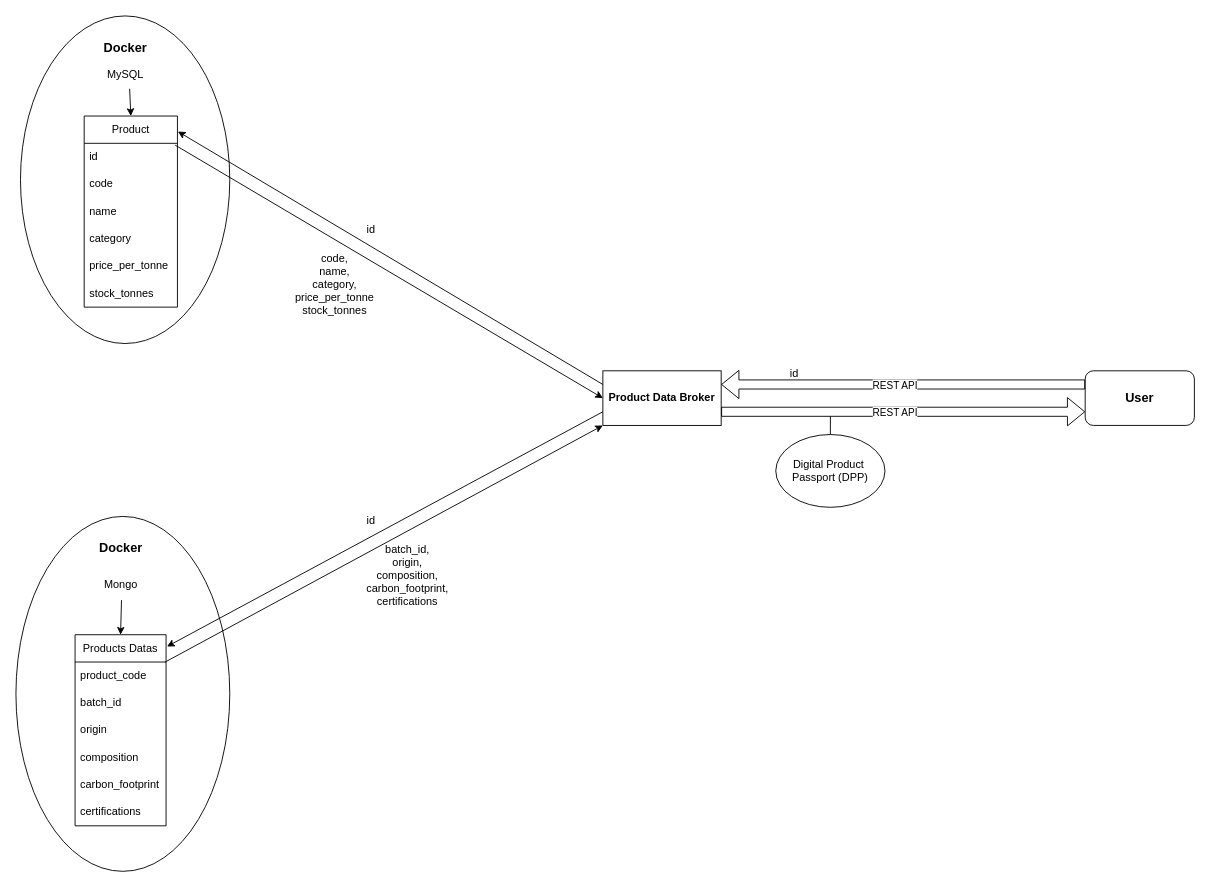
The draw.io diagram docs/object_graph.drawio in erwanponcin/Product-Data-Broker, before the edit. Source tidied: cells renumbered, new cells numbered last; positions are measured from the earlier drawing's top-left corner, leaving out a move shared by most shapes. Both pictures are drawn from the tidied source at 91%, with x=0, y=0 at pixel (15, 15).
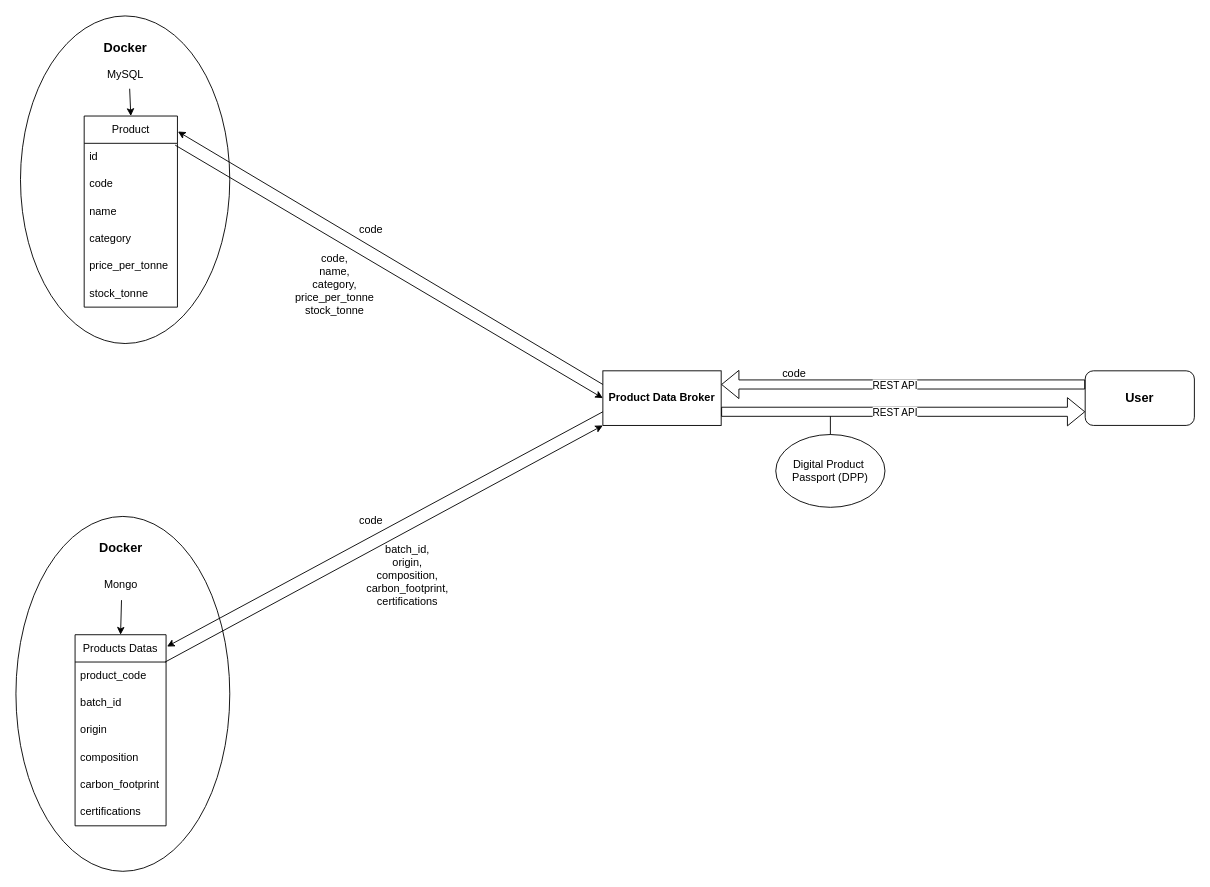
After the change.

Unchanged cells that the change refers to:
```xml
<mxCell id="8" value="Product" style="swimlane;fontStyle=0;horizontal=1;startSize=30;whiteSpace=wrap;html=1;" parent="1" vertex="1">
  <mxGeometry x="75" y="110" width="102.5" height="210" as="geometry" />
</mxCell>
```

The edit, as a diff of the source:
```diff
@@
-    <mxCell id="14" value="stock_tonnes" style="text;strokeColor=none;fillColor=none;align=left;verticalAlign=middle;spacingLeft=4;spacingRight=4;overflow=hidden;whiteSpace=wrap;html=1;" parent="8" vertex="1">
+    <mxCell id="14" value="stock_tonne" style="text;strokeColor=none;fillColor=none;align=left;verticalAlign=middle;spacingLeft=4;spacingRight=4;overflow=hidden;whiteSpace=wrap;html=1;" parent="8" vertex="1">
       <mxGeometry y="180" width="102.5" height="30" as="geometry" />
     </mxCell>
@@
-    <mxCell id="29" value="id" style="text;html=1;align=center;verticalAlign=middle;strokeColor=none;fillColor=none;" parent="1" vertex="1">
-      <mxGeometry x="375" y="220" width="30" height="30" as="geometry" />
+    <mxCell id="29" value="code" style="text;html=1;align=center;verticalAlign=middle;strokeColor=none;fillColor=none;" parent="1" vertex="1">
+      <mxGeometry x="365" y="220" width="50" height="30" as="geometry" />
     </mxCell>
@@
-    <mxCell id="31" value="code,&lt;div&gt;name,&lt;/div&gt;&lt;div&gt;category,&lt;/div&gt;&lt;div&gt;price_per_tonne&lt;/div&gt;&lt;div&gt;stock_tonnes&lt;/div&gt;" style="text;html=1;align=center;verticalAlign=middle;strokeColor=none;fillColor=none;" parent="1" vertex="1">
+    <mxCell id="31" value="code,&lt;div&gt;name,&lt;/div&gt;&lt;div&gt;category,&lt;/div&gt;&lt;div&gt;price_per_tonne&lt;/div&gt;&lt;div&gt;stock_tonne&lt;/div&gt;" style="text;html=1;align=center;verticalAlign=middle;strokeColor=none;fillColor=none;" parent="1" vertex="1">
       <mxGeometry x="295" y="250" width="110" height="90" as="geometry" />
     </mxCell>
-    <mxCell id="32" value="id" style="text;html=1;align=center;verticalAlign=middle;strokeColor=none;fillColor=none;" parent="1" vertex="1">
-      <mxGeometry x="375" y="540" width="30" height="30" as="geometry" />
+    <mxCell id="32" value="code" style="text;html=1;align=center;verticalAlign=middle;strokeColor=none;fillColor=none;" parent="1" vertex="1">
+      <mxGeometry x="365" y="540" width="50" height="30" as="geometry" />
     </mxCell>
@@
-    <mxCell id="40" value="id" style="text;html=1;align=center;verticalAlign=middle;strokeColor=none;fillColor=none;" parent="1" vertex="1">
-      <mxGeometry x="840" y="378" width="30" height="30" as="geometry" />
+    <mxCell id="40" value="code" style="text;html=1;align=center;verticalAlign=middle;strokeColor=none;fillColor=none;" parent="1" vertex="1">
+      <mxGeometry x="830" y="378" width="50" height="30" as="geometry" />
     </mxCell>
```
